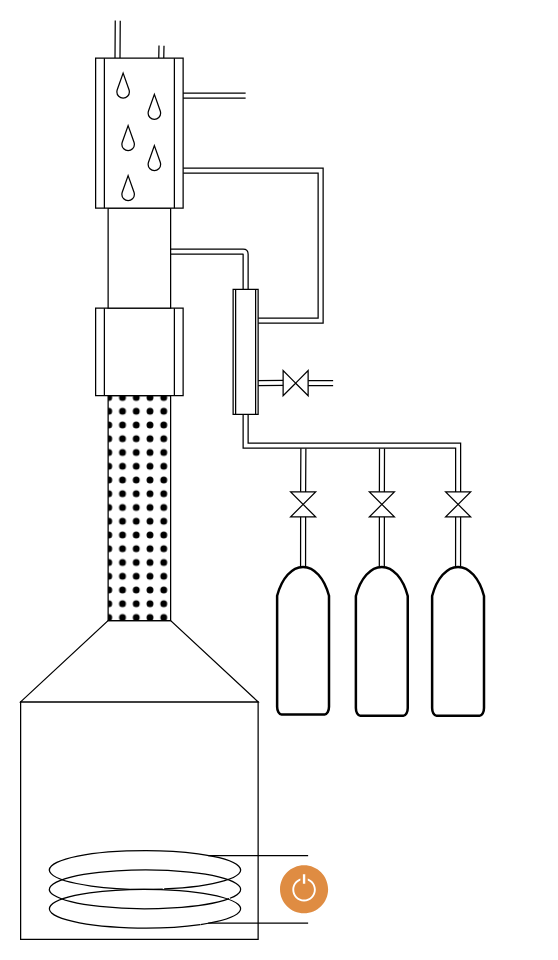
This is data/schemes/Диаграмма без названия.drawio from grifmax/Smart-Column-S3, a draw.io file, before an edit. Source tidied: cells renumbered, new cells numbered last; positions are measured from the earlier drawing's top-left corner, leaving out a move shared by most shapes. Both pictures are drawn from the tidied source at 125%, with x=0, y=0 at pixel (20, 20).
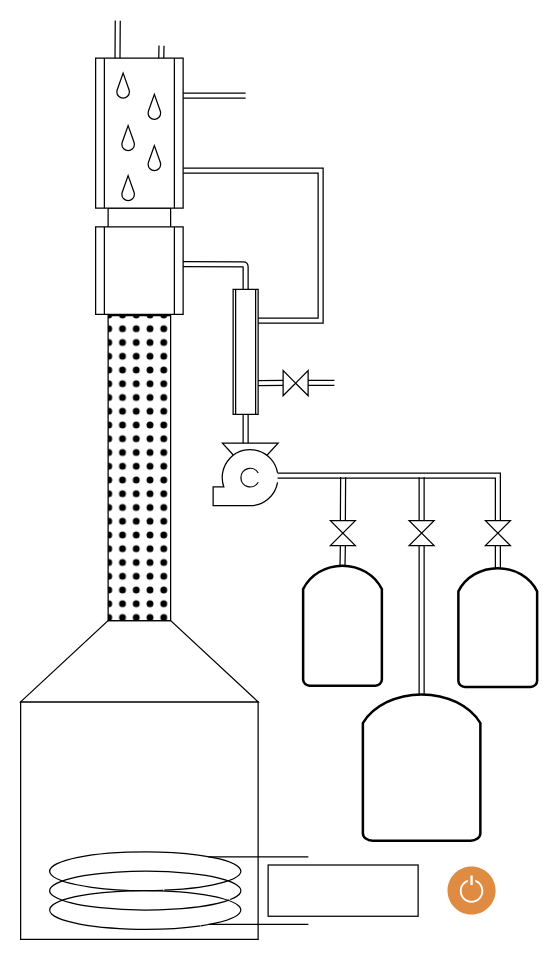
After the change.

The change refers to these unchanged cells:
```xml
<mxCell id="13" style="shape=process;whiteSpace=wrap;html=1;backgroundOutline=1;" parent="1" vertex="1">
  <mxGeometry x="170" y="215" width="20" height="100" as="geometry" />
</mxCell>
<mxCell id="19" style="shape=collate;whiteSpace=wrap;html=1;direction=south;" parent="1" vertex="1">
  <mxGeometry x="210" y="280" width="20" height="20" as="geometry" />
</mxCell>
```

What changed in the source:
```diff
@@
     <mxCell id="4" style="rounded=0;whiteSpace=wrap;html=1;fillStyle=dots;fillColor=#000000;glass=0;strokeWidth=1;" parent="1" vertex="1">
-      <mxGeometry x="70" y="300" width="50" height="180" as="geometry" />
+      <mxGeometry x="70" y="236" width="50" height="244" as="geometry" />
     </mxCell>
+    <mxCell id="6" style="rounded=0;whiteSpace=wrap;html=1;" parent="1" vertex="1">
+      <mxGeometry x="70" y="150" width="50" height="18" as="geometry" />
+    </mxCell>
     <mxCell id="5" style="shape=process;whiteSpace=wrap;html=1;backgroundOutline=1;" parent="1" vertex="1">
-      <mxGeometry x="60" y="230" width="70" height="70" as="geometry" />
+      <mxGeometry x="60" y="165" width="70" height="70" as="geometry" />
     </mxCell>
-    <mxCell id="6" style="rounded=0;whiteSpace=wrap;html=1;" parent="1" vertex="1">
-      <mxGeometry x="70" y="150" width="50" height="80" as="geometry" />
-    </mxCell>
@@
-    <mxCell id="11" style="edgeStyle=orthogonalEdgeStyle;rounded=1;jettySize=auto;html=1;shape=link;strokeWidth=1;endArrow=none;endFill=0;startSize=6;endSize=3;exitX=0.997;exitY=0.435;exitDx=0;exitDy=0;exitPerimeter=0;" parent="1" edge="1" source="6" target="13">
+    <mxCell id="11" style="edgeStyle=orthogonalEdgeStyle;rounded=1;jettySize=auto;html=1;shape=link;strokeWidth=1;endArrow=none;endFill=0;startSize=6;endSize=3;exitX=0.999;exitY=0.427;exitDx=0;exitDy=0;exitPerimeter=0;" parent="1" edge="1" source="5">
       <mxGeometry relative="1" as="geometry">
+        <mxPoint x="180" y="225" as="targetPoint" />
         <Array as="points">
-          <mxPoint x="180" y="185" />
+          <mxPoint x="180" y="195" />
         </Array>
       </mxGeometry>
     </mxCell>
@@
-    <mxCell id="14" style="endArrow=none;html=1;rounded=0;entryX=0.5;entryY=1;entryDx=0;entryDy=0;edgeStyle=orthogonalEdgeStyle;endFill=0;startArrow=none;startFill=0;shape=link;exitX=0.5;exitY=1;exitDx=0;exitDy=0;" parent="1" edge="1" source="29" target="13">
-      <mxGeometry relative="1" as="geometry">
-        <Array as="points">
-          <mxPoint x="350" y="340" />
-          <mxPoint x="180" y="340" />
-        </Array>
-      </mxGeometry>
+    <mxCell id="14" style="endArrow=none;html=1;rounded=0;entryX=0.5;entryY=1;entryDx=0;entryDy=0;edgeStyle=orthogonalEdgeStyle;endFill=0;startArrow=none;startFill=0;shape=link;exitX=0.5;exitY=1;exitDx=0;exitDy=0;" parent="1" edge="1" source="43" target="13">
+      <mxGeometry relative="1" as="geometry" />
     </mxCell>
@@
     <mxCell id="16" style="edgeStyle=none;shape=link;rounded=0;jettySize=auto;html=1;exitX=0.5;exitY=1;exitDx=0;exitDy=0;" parent="1" edge="1" source="17">
       <mxGeometry relative="1" as="geometry">
-        <mxPoint x="289.1" y="342.3" as="targetPoint" />
+        <mxPoint x="320.8" y="365.3" as="targetPoint" />
       </mxGeometry>
     </mxCell>
     <mxCell id="17" style="shape=collate;whiteSpace=wrap;html=1;direction=west;" parent="1" vertex="1">
-      <mxGeometry x="279" y="377" width="20" height="20" as="geometry" />
+      <mxGeometry x="310.8" y="400" width="20" height="20" as="geometry" />
     </mxCell>
-    <mxCell id="18" style="edgeStyle=none;shape=link;rounded=0;jettySize=auto;html=1;exitX=0.5;exitY=0;exitDx=0;exitDy=0;" parent="1" edge="1" source="19">
-      <mxGeometry relative="1" as="geometry">
-        <mxPoint x="250" y="290" as="targetPoint" />
-      </mxGeometry>
-    </mxCell>
@@
     <mxCell id="20" style="group;fillColor=none;strokeColor=none;" parent="1" vertex="1">
-      <mxGeometry x="23" y="664" width="224.5" height="62" as="geometry" />
+      <mxGeometry x="23.2" y="665" width="294.8" height="62" as="geometry" />
     </mxCell>
@@
-    <mxCell id="26" style="sketch=0;shadow=0;dashed=0;html=1;strokeColor=none;fillColor=#DF8C42;labelPosition=center;verticalLabelPosition=bottom;verticalAlign=top;align=center;shape=mxgraph.veeam2.turn_on_off;" parent="20" vertex="1">
-      <mxGeometry x="183" y="10.2" width="41.5" height="41.5" as="geometry" />
-    </mxCell>
+    <mxCell id="41" style="rounded=0;whiteSpace=wrap;html=1;" parent="20" vertex="1">
+      <mxGeometry x="174.8" y="10.5" width="120" height="41" as="geometry" />
+    </mxCell>
     <mxCell id="27" style="edgeStyle=none;shape=link;rounded=0;jettySize=auto;html=1;exitX=0.5;exitY=1;exitDx=0;exitDy=0;" parent="1" edge="1" source="28">
       <mxGeometry relative="1" as="geometry">
-        <mxPoint x="226.2" y="342.2" as="targetPoint" />
+        <mxPoint x="258" y="365.2" as="targetPoint" />
       </mxGeometry>
     </mxCell>
     <mxCell id="28" style="shape=collate;whiteSpace=wrap;html=1;direction=west;" parent="1" vertex="1">
-      <mxGeometry x="216" y="377" width="20" height="20" as="geometry" />
+      <mxGeometry x="247.8" y="400" width="20" height="20" as="geometry" />
     </mxCell>
     <mxCell id="29" style="shape=collate;whiteSpace=wrap;html=1;direction=west;" parent="1" vertex="1">
-      <mxGeometry x="340" y="377" width="20" height="20" as="geometry" />
+      <mxGeometry x="371.8" y="400" width="20" height="20" as="geometry" />
     </mxCell>
     <mxCell id="30" style="strokeWidth=2;html=1;shape=mxgraph.flowchart.delay;whiteSpace=wrap;direction=north;" parent="1" vertex="1">
-      <mxGeometry x="205.2" y="437" width="41.5" height="118" as="geometry" />
+      <mxGeometry x="226" y="436" width="63" height="96" as="geometry" />
     </mxCell>
     <mxCell id="31" style="strokeWidth=2;html=1;shape=mxgraph.flowchart.delay;whiteSpace=wrap;direction=north;" parent="1" vertex="1">
-      <mxGeometry x="268.2" y="437" width="41.5" height="119" as="geometry" />
+      <mxGeometry x="273.8" y="539" width="94" height="117" as="geometry" />
     </mxCell>
-    <mxCell id="32" style="strokeWidth=2;html=1;shape=mxgraph.flowchart.delay;whiteSpace=wrap;direction=north;" parent="1" vertex="1">
-      <mxGeometry x="329.2" y="437" width="41.5" height="119" as="geometry" />
-    </mxCell>
@@
-    <mxCell id="35" style="edgeStyle=none;shape=link;rounded=0;jettySize=auto;html=1;exitX=0.5;exitY=0;exitDx=0;exitDy=0;entryX=1;entryY=0.5;entryDx=0;entryDy=0;entryPerimeter=0;" parent="1" edge="1" source="29" target="32">
-      <mxGeometry relative="1" as="geometry" />
+    <mxCell id="35" style="edgeStyle=none;shape=link;rounded=0;jettySize=auto;html=1;exitX=0.5;exitY=0;exitDx=0;exitDy=0;entryX=1;entryY=0.5;entryDx=0;entryDy=0;entryPerimeter=0;" parent="1" edge="1" source="29">
+      <mxGeometry relative="1" as="geometry">
+        <mxPoint x="381.8" y="460" as="targetPoint" />
+      </mxGeometry>
     </mxCell>
@@
+    <mxCell id="42" style="endArrow=none;html=1;rounded=0;entryX=0.5;entryY=1;entryDx=0;entryDy=0;edgeStyle=orthogonalEdgeStyle;endFill=0;startArrow=none;startFill=0;shape=link;exitX=0.5;exitY=1;exitDx=0;exitDy=0;" parent="1" edge="1" source="29" target="43">
+      <mxGeometry relative="1" as="geometry">
+        <Array as="points">
+          <mxPoint x="382" y="364" />
+        </Array>
+      </mxGeometry>
+    </mxCell>
+    <mxCell id="43" style="shape=mxgraph.pid.pumps.centrifugal_pump_1;html=1;align=center;verticalLabelPosition=bottom;verticalAlign=top;dashed=0;direction=west;" parent="1" vertex="1">
+      <mxGeometry x="154" y="338" width="52" height="50" as="geometry" />
+    </mxCell>
+    <mxCell id="44" style="strokeWidth=2;html=1;shape=mxgraph.flowchart.delay;whiteSpace=wrap;direction=north;" parent="1" vertex="1">
+      <mxGeometry x="350.2" y="438" width="63" height="95" as="geometry" />
+    </mxCell>
+    <mxCell id="45" style="edgeStyle=none;shape=link;rounded=0;orthogonalLoop=1;jettySize=auto;html=1;exitX=1;exitY=0.75;exitDx=0;exitDy=0;entryX=0.486;entryY=0.964;entryDx=0;entryDy=0;entryPerimeter=0;" parent="1" edge="1">
+      <mxGeometry relative="1" as="geometry">
+        <mxPoint x="230" y="289.8" as="sourcePoint" />
+        <mxPoint x="251" y="289.8" as="targetPoint" />
+      </mxGeometry>
+    </mxCell>
+    <mxCell id="26" style="sketch=0;shadow=0;dashed=0;html=1;strokeColor=none;fillColor=#DF8C42;labelPosition=center;verticalLabelPosition=bottom;verticalAlign=top;align=center;shape=mxgraph.veeam2.turn_on_off;" parent="1" vertex="1">
+      <mxGeometry x="340" y="675.2" width="41.5" height="41.5" as="geometry" />
+    </mxCell>
```
